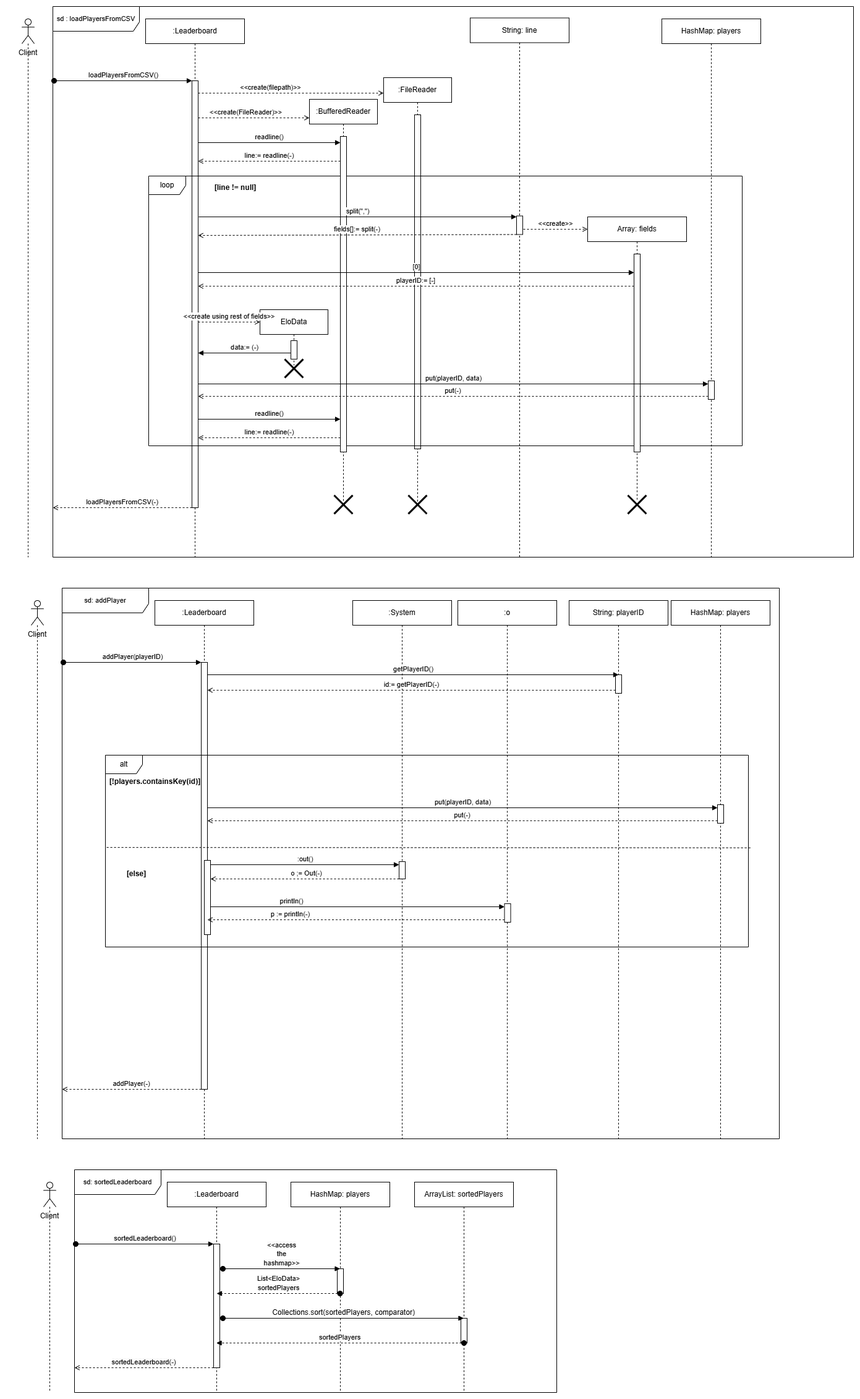
aeMyst/Minigame-Portal keeps this draw.io diagram as Sequence diagrams/Leaderboard.drawio.png. Above is the earlier version. Source tidied: cells renumbered, new cells last; positions are measured from the earlier drawing's top-left corner, leaving out a move shared by most shapes.
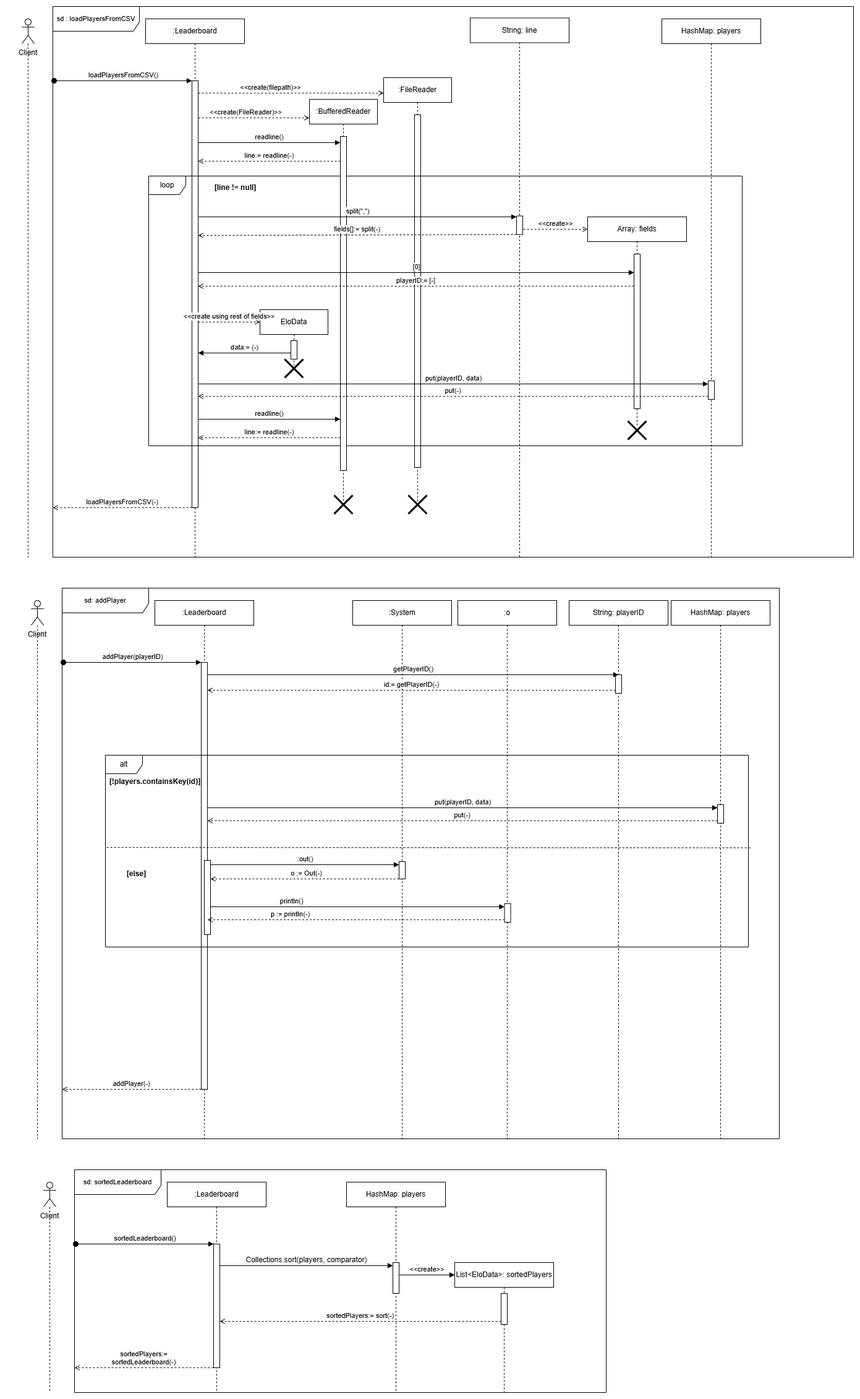
Later version of the same file.

Commit message:
Finalized Leaderboard sequence diagram

The edit, as a diff of the source:
```diff
@@ -42,7 +42,7 @@
       <mxGeometry x="610" y="115" width="110" height="685" as="geometry" />
     </mxCell>
     <mxCell id="12" style="html=1;perimeter=orthogonalPerimeter;targetShapes=umlLifeline;newEdgeStyle={&quot;curved&quot;:0,&quot;rounded&quot;:0};" parent="11" vertex="1">
-      <mxGeometry x="50" y="60" width="10" height="540" as="geometry" />
+      <mxGeometry x="50" y="60" width="10" height="570" as="geometry" />
     </mxCell>
     <mxCell id="13" style="endArrow=open;html=1;rounded=0;dashed=1;endFill=0;" parent="1" edge="1" source="19">
       <mxGeometry relative="1" as="geometry">
@@ -78,7 +78,7 @@
       <mxGeometry x="490" y="150" width="110" height="650" as="geometry" />
     </mxCell>
     <mxCell id="20" style="html=1;points=[[0,0,0,0,5],[0,1,0,0,-5],[1,0,0,0,5],[1,1,0,0,-5]];perimeter=orthogonalPerimeter;outlineConnect=0;targetShapes=umlLifeline;portConstraint=eastwest;newEdgeStyle={&quot;curved&quot;:0,&quot;rounded&quot;:0};" parent="19" vertex="1">
-      <mxGeometry x="50" y="60" width="10" height="510" as="geometry" />
+      <mxGeometry x="50" y="60" width="10" height="540" as="geometry" />
     </mxCell>
     <mxCell id="21" value="[line != null]" style="text;align=center;fontStyle=1;verticalAlign=middle;spacingLeft=3;spacingRight=3;strokeColor=none;html=1;" parent="1" vertex="1">
       <mxGeometry x="330" y="280" width="80" height="26" as="geometry" />
@@ -150,7 +150,7 @@
       <mxGeometry x="15" y="990" width="70" height="50" as="geometry" />
     </mxCell>
     <mxCell id="39" value="&lt;font style=&quot;font-size: 11px;&quot;&gt;sd: sortedLeaderboard&lt;/font&gt;" style="shape=umlFrame;whiteSpace=wrap;html=1;width=140;height=40;" parent="1" vertex="1">
-      <mxGeometry x="110" y="1880" width="780" height="360" as="geometry" />
+      <mxGeometry x="110" y="1880" width="860" height="360" as="geometry" />
     </mxCell>
     <mxCell id="40" value="&lt;span style=&quot;font-size: 11px; text-wrap-mode: wrap; background-color: rgb(251, 251, 251);&quot;&gt;sortedLeaderboard()&lt;/span&gt;" style="html=1;verticalAlign=bottom;startArrow=oval;startFill=1;endArrow=block;startSize=8;curved=0;rounded=0;fontSize=12;" parent="1" edge="1" target="43">
       <mxGeometry relative="1" as="geometry">
@@ -166,7 +166,7 @@
     <mxCell id="43" style="html=1;points=[[0,0,0,0,5],[0,1,0,0,-5],[1,0,0,0,5],[1,1,0,0,-5]];perimeter=orthogonalPerimeter;outlineConnect=0;targetShapes=umlLifeline;portConstraint=eastwest;newEdgeStyle={&quot;curved&quot;:0,&quot;rounded&quot;:0};" parent="42" vertex="1">
       <mxGeometry x="75" y="100" width="10" height="200" as="geometry" />
     </mxCell>
-    <mxCell id="44" value="&lt;span style=&quot;text-wrap-mode: wrap; background-color: rgb(251, 251, 251);&quot;&gt;sortedLeaderboard(-)&lt;/span&gt;" style="html=1;verticalAlign=bottom;endArrow=open;curved=0;rounded=0;endFill=0;dashed=1;" parent="1" edge="1">
+    <mxCell id="44" value="&lt;span style=&quot;text-wrap-mode: wrap; background-color: rgb(251, 251, 251);&quot;&gt;sortedPlayers:= sortedLeaderboard(-)&lt;/span&gt;" style="html=1;verticalAlign=bottom;endArrow=open;curved=0;rounded=0;endFill=0;dashed=1;" parent="1" edge="1">
       <mxGeometry relative="1" as="geometry">
         <mxPoint x="335" y="2200" as="sourcePoint" />
         <mxPoint x="110" y="2200" as="targetPoint" />
@@ -253,13 +253,13 @@
       </mxGeometry>
     </mxCell>
     <mxCell id="65" value="Array: fields" style="shape=umlLifeline;perimeter=lifelinePerimeter;whiteSpace=wrap;html=1;newEdgeStyle={&quot;curved&quot;:0,&quot;rounded&quot;:0};" parent="1" vertex="1">
-      <mxGeometry x="940" y="340" width="160" height="460" as="geometry" />
+      <mxGeometry x="940" y="340" width="160" height="340" as="geometry" />
     </mxCell>
     <mxCell id="66" value="&lt;span style=&quot;color: rgba(0, 0, 0, 0); font-family: monospace; font-size: 0px; text-align: start;&quot;&gt;%3CmxGraphModel%3E%3Croot%3E%3CmxCell%20id%3D%220%22%2F%3E%3CmxCell%20id%3D%221%22%20parent%3D%220%22%2F%3E%3CmxCell%20id%3D%222%22%20value%3D%22String%3A%20line%22%20style%3D%22shape%3DumlLifeline%3Bperimeter%3DlifelinePerimeter%3BwhiteSpace%3Dwrap%3Bhtml%3D1%3Bcontainer%3D1%3BdropTarget%3D0%3Bcollapsible%3D0%3BrecursiveResize%3D0%3BoutlineConnect%3D0%3BportConstraint%3Deastwest%3BnewEdgeStyle%3D%7B%26quot%3Bcurved%26quot%3B%3A0%2C%26quot%3Brounded%26quot%3B%3A0%7D%3B%22%20vertex%3D%221%22%20parent%3D%221%22%3E%3CmxGeometry%20x%3D%22790%22%20y%3D%222258.5%22%20width%3D%22160%22%20height%3D%22840%22%20as%3D%22geometry%22%2F%3E%3C%2FmxCell%3E%3CmxCell%20id%3D%223%22%20value%3D%22%22%20style%3D%22html%3D1%3Bpoints%3D%5B%5B0%2C0%2C0%2C0%2C5%5D%2C%5B0%2C1%2C0%2C0%2C-5%5D%2C%5B1%2C0%2C0%2C0%2C5%5D%2C%5B1%2C1%2C0%2C0%2C-5%5D%5D%3Bperimeter%3DorthogonalPerimeter%3BoutlineConnect%3D0%3BtargetShapes%3DumlLifeline%3BportConstraint%3Deastwest%3BnewEdgeStyle%3D%7B%26quot%3Bcurved%26quot%3B%3A0%2C%26quot%3Brounded%26quot%3B%3A0%7D%3B%22%20vertex%3D%221%22%20parent%3D%222%22%3E%3CmxGeometry%20x%3D%2275%22%20y%3D%22320%22%20width%3D%2210%22%20height%3D%2230%22%20as%3D%22geometry%22%2F%3E%3C%2FmxCell%3E%3C%2Froot%3E%3C%2FmxGraphModel%3E&lt;/span&gt;" style="html=1;points=[[0,0,0,0,5],[0,1,0,0,-5],[1,0,0,0,5],[1,1,0,0,-5]];perimeter=orthogonalPerimeter;outlineConnect=0;targetShapes=umlLifeline;portConstraint=eastwest;newEdgeStyle={&quot;curved&quot;:0,&quot;rounded&quot;:0};" parent="65" vertex="1">
-      <mxGeometry x="75" y="60" width="10" height="320" as="geometry" />
+      <mxGeometry x="75" y="60" width="10" height="250" as="geometry" />
     </mxCell>
     <mxCell id="67" style="shape=umlDestroy;whiteSpace=wrap;html=1;strokeWidth=3;targetShapes=umlLifeline;" parent="1" vertex="1">
-      <mxGeometry x="1005" y="790" width="30" height="30" as="geometry" />
+      <mxGeometry x="1005" y="670" width="30" height="30" as="geometry" />
     </mxCell>
     <mxCell id="68" value="[0]" style="html=1;verticalAlign=bottom;endArrow=block;curved=0;rounded=0;" parent="1" edge="1" target="66">
       <mxGeometry relative="1" as="geometry">
@@ -306,46 +306,31 @@
         <mxPoint x="325" y="1316" as="targetPoint" />
       </mxGeometry>
     </mxCell>
+    <mxCell id="88" style="shape=umlDestroy;whiteSpace=wrap;html=1;strokeWidth=3;targetShapes=umlLifeline;" parent="1" vertex="1">
+      <mxGeometry x="530" y="790" width="30" height="30" as="geometry" />
+    </mxCell>
+    <mxCell id="89" value="&amp;lt;&amp;lt;create&amp;gt;&amp;gt;" style="html=1;verticalAlign=bottom;endArrow=block;curved=0;rounded=0;" parent="1" edge="1" source="92">
+      <mxGeometry relative="1" as="geometry">
+        <mxPoint x="725" y="2050" as="targetPoint" />
+      </mxGeometry>
+    </mxCell>
+    <mxCell id="90" value="List&amp;lt;EloData&amp;gt;: sortedPlayers" style="shape=umlLifeline;perimeter=lifelinePerimeter;whiteSpace=wrap;html=1;newEdgeStyle={&quot;curved&quot;:0,&quot;rounded&quot;:0};" parent="1" vertex="1">
+      <mxGeometry x="725" y="2030" width="160" height="210" as="geometry" />
+    </mxCell>
+    <mxCell id="91" style="html=1;points=[[0,0,0,0,5],[0,1,0,0,-5],[1,0,0,0,5],[1,1,0,0,-5]];perimeter=orthogonalPerimeter;outlineConnect=0;targetShapes=umlLifeline;portConstraint=eastwest;newEdgeStyle={&quot;curved&quot;:0,&quot;rounded&quot;:0};" parent="90" vertex="1">
+      <mxGeometry x="75" y="50" width="10" height="50" as="geometry" />
+    </mxCell>
     <mxCell id="80" value="HashMap: players" style="shape=umlLifeline;perimeter=lifelinePerimeter;whiteSpace=wrap;html=1;outlineConnect=0;portConstraint=eastwest;newEdgeStyle={&quot;curved&quot;:0,&quot;rounded&quot;:0};" parent="1" vertex="1">
-      <mxGeometry x="460" y="1900" width="160" height="340" as="geometry" />
+      <mxGeometry x="550" y="1900" width="160" height="340" as="geometry" />
     </mxCell>
-    <mxCell id="81" style="html=1;perimeter=orthogonalPerimeter;targetShapes=umlLifeline;newEdgeStyle={&quot;curved&quot;:0,&quot;rounded&quot;:0};" parent="80" vertex="1">
-      <mxGeometry x="75" y="140" width="10" height="40" as="geometry" />
-    </mxCell>
-    <mxCell id="82" value="&lt;span style=&quot;font-size: 11px; text-wrap-mode: wrap; background-color: rgb(251, 251, 251);&quot;&gt;&amp;lt;&amp;lt;access the hashmap&amp;gt;&amp;gt;&lt;/span&gt;" style="html=1;verticalAlign=bottom;startArrow=oval;startFill=1;endArrow=block;startSize=8;curved=0;rounded=0;fontSize=12;" parent="1" edge="1" target="80">
-      <mxGeometry relative="1" as="geometry">
-        <mxPoint x="350" y="2040" as="sourcePoint" />
-      </mxGeometry>
-    </mxCell>
-    <mxCell id="83" value="&lt;span style=&quot;font-size: 11px; text-wrap-mode: wrap; background-color: rgb(251, 251, 251);&quot;&gt;List&amp;lt;EloData&amp;gt; sortedPlayers&lt;/span&gt;" style="html=1;verticalAlign=bottom;startArrow=oval;startFill=1;endArrow=block;startSize=8;curved=0;rounded=0;fontSize=12;dashed=1;" parent="1" edge="1" source="80">
-      <mxGeometry relative="1" as="geometry">
-        <mxPoint x="340" y="2080" as="targetPoint" />
-        <Array as="points">
-          <mxPoint x="540" y="2080" />
-        </Array>
-      </mxGeometry>
-    </mxCell>
-    <mxCell id="84" value="ArrayList: sortedPlayers" style="shape=umlLifeline;perimeter=lifelinePerimeter;whiteSpace=wrap;html=1;outlineConnect=0;portConstraint=eastwest;newEdgeStyle={&quot;curved&quot;:0,&quot;rounded&quot;:0};" parent="1" vertex="1">
-      <mxGeometry x="660" y="1900" width="160" height="340" as="geometry" />
-    </mxCell>
-    <mxCell id="85" style="html=1;perimeter=orthogonalPerimeter;targetShapes=umlLifeline;newEdgeStyle={&quot;curved&quot;:0,&quot;rounded&quot;:0};" parent="84" vertex="1">
-      <mxGeometry x="75" y="220" width="10" height="40" as="geometry" />
-    </mxCell>
-    <mxCell id="86" value="Collections.sort(sortedPlayers, comparator)" style="html=1;verticalAlign=bottom;startArrow=oval;startFill=1;endArrow=block;startSize=8;curved=0;rounded=0;fontSize=12;" parent="1" edge="1" target="84">
-      <mxGeometry relative="1" as="geometry">
-        <mxPoint x="350" y="2120" as="sourcePoint" />
-      </mxGeometry>
-    </mxCell>
-    <mxCell id="87" value="&lt;span style=&quot;font-size: 11px; text-wrap-mode: wrap; background-color: rgb(251, 251, 251);&quot;&gt;sortedPlayers&lt;/span&gt;" style="html=1;verticalAlign=bottom;startArrow=oval;startFill=1;endArrow=block;startSize=8;curved=0;rounded=0;fontSize=12;dashed=1;" parent="1" edge="1" target="42">
-      <mxGeometry relative="1" as="geometry">
-        <mxPoint x="740" y="2160" as="sourcePoint" />
-        <Array as="points">
-          <mxPoint x="740" y="2160" />
-        </Array>
-      </mxGeometry>
-    </mxCell>
-    <mxCell id="88" style="shape=umlDestroy;whiteSpace=wrap;html=1;strokeWidth=3;targetShapes=umlLifeline;" parent="1" vertex="1">
-      <mxGeometry x="530" y="790" width="30" height="30" as="geometry" />
-    </mxCell>
+    <mxCell id="92" style="html=1;points=[[0,0,0,0,5],[0,1,0,0,-5],[1,0,0,0,5],[1,1,0,0,-5]];perimeter=orthogonalPerimeter;outlineConnect=0;targetShapes=umlLifeline;portConstraint=eastwest;newEdgeStyle={&quot;curved&quot;:0,&quot;rounded&quot;:0};" parent="80" vertex="1">
+      <mxGeometry x="75" y="130" width="10" height="50" as="geometry" />
+    </mxCell>
+    <mxCell id="93" value="&lt;span style=&quot;font-size: 12px;&quot;&gt;Collections.sort(players, comparator)&lt;/span&gt;" style="html=1;verticalAlign=bottom;endArrow=block;curved=0;rounded=0;entryX=0;entryY=0;entryDx=0;entryDy=5;entryPerimeter=0;" parent="1" edge="1" source="43" target="92">
+      <mxGeometry relative="1" as="geometry" />
+    </mxCell>
+    <mxCell id="94" value="sortedPlayers:= sort(-)" style="html=1;verticalAlign=bottom;endArrow=open;curved=0;rounded=0;exitX=0;exitY=1;exitDx=0;exitDy=-5;exitPerimeter=0;dashed=1;endFill=0;" parent="1" edge="1" source="91" target="43">
+      <mxGeometry relative="1" as="geometry" />
+    </mxCell>
   </root>
 </mxGraphModel>
```
